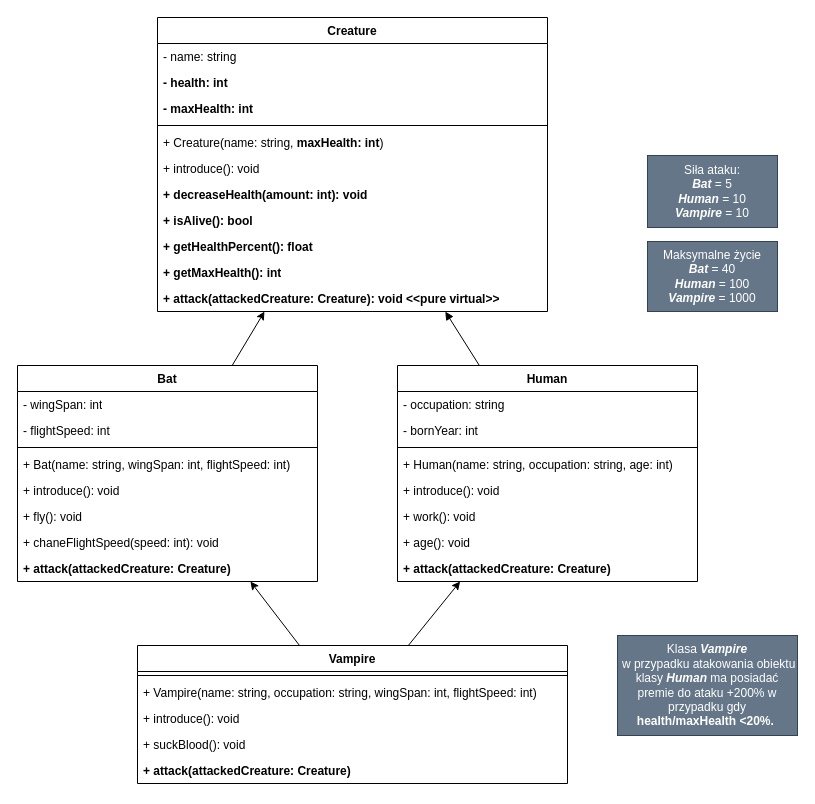
The draw.io diagram assets/vampireExtended.drawio in Kajkitsu/po, before the edit. Source tidied: cells renumbered, new cells numbered last; positions are measured from the earlier drawing's top-left corner, leaving out a move shared by most shapes. Both pictures are drawn from the tidied source at 100%, with x=0, y=0 at pixel (17, 17).
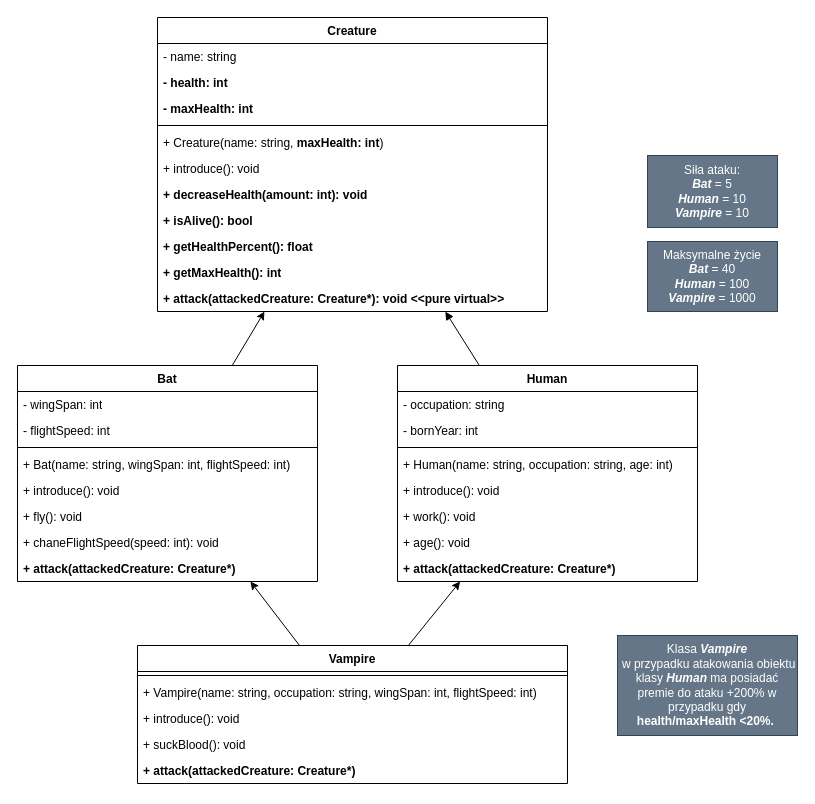
The same diagram, later.

The change refers to these unchanged cells:
```xml
<mxCell id="2" value="Creature" style="swimlane;fontStyle=1;align=center;verticalAlign=top;horizontal=1;startSize=26;whiteSpace=wrap;html=1;" parent="1" vertex="1">
  <mxGeometry x="140" width="390" height="294" as="geometry" />
</mxCell>
<mxCell id="15" value="Human" style="swimlane;fontStyle=1;align=center;verticalAlign=top;horizontal=1;startSize=26;whiteSpace=wrap;html=1;" parent="1" vertex="1">
  <mxGeometry x="380" y="348" width="300" height="216" as="geometry" />
</mxCell>
<mxCell id="25" value="Bat" style="swimlane;fontStyle=1;align=center;verticalAlign=top;horizontal=1;startSize=26;whiteSpace=wrap;html=1;" parent="1" vertex="1">
  <mxGeometry y="348" width="300" height="216" as="geometry" />
</mxCell>
<mxCell id="36" value="Vampire" style="swimlane;fontStyle=1;align=center;verticalAlign=top;horizontal=1;startSize=26;whiteSpace=wrap;html=1;" parent="1" vertex="1">
  <mxGeometry x="120" y="628" width="430" height="138" as="geometry" />
</mxCell>
```

The edit, as a diff of the source:
```diff
@@
-    <mxCell id="13" value="&lt;b&gt;+ attack(attackedCreature: Creature): void&amp;nbsp;&amp;lt;&amp;lt;pure virtual&amp;gt;&amp;gt;&lt;/b&gt;" style="text;strokeColor=none;fillColor=none;align=left;verticalAlign=top;spacingLeft=4;spacingRight=4;overflow=hidden;whiteSpace=wrap;html=1;" parent="2" vertex="1">
+    <mxCell id="13" value="&lt;b&gt;+ attack(attackedCreature: Creature*): void&amp;nbsp;&amp;lt;&amp;lt;pure virtual&amp;gt;&amp;gt;&lt;/b&gt;" style="text;strokeColor=none;fillColor=none;align=left;verticalAlign=top;spacingLeft=4;spacingRight=4;overflow=hidden;whiteSpace=wrap;html=1;" parent="2" vertex="1">
       <mxGeometry y="268" width="390" height="26" as="geometry" />
     </mxCell>
@@
-    <mxCell id="23" value="&lt;b&gt;+ attack(attackedCreature: Creature)&lt;/b&gt;" style="text;strokeColor=none;fillColor=none;align=left;verticalAlign=top;spacingLeft=4;spacingRight=4;overflow=hidden;whiteSpace=wrap;html=1;" parent="15" vertex="1">
+    <mxCell id="23" value="&lt;b&gt;+ attack(attackedCreature: Creature*)&lt;/b&gt;" style="text;strokeColor=none;fillColor=none;align=left;verticalAlign=top;spacingLeft=4;spacingRight=4;overflow=hidden;whiteSpace=wrap;html=1;" parent="15" vertex="1">
       <mxGeometry y="190" width="300" height="26" as="geometry" />
     </mxCell>
@@
-    <mxCell id="33" value="&lt;b&gt;+ attack(attackedCreature: Creature)&lt;/b&gt;" style="text;strokeColor=none;fillColor=none;align=left;verticalAlign=top;spacingLeft=4;spacingRight=4;overflow=hidden;whiteSpace=wrap;html=1;" parent="25" vertex="1">
+    <mxCell id="33" value="&lt;b&gt;+ attack(attackedCreature: Creature*)&lt;/b&gt;" style="text;strokeColor=none;fillColor=none;align=left;verticalAlign=top;spacingLeft=4;spacingRight=4;overflow=hidden;whiteSpace=wrap;html=1;" parent="25" vertex="1">
       <mxGeometry y="190" width="300" height="26" as="geometry" />
     </mxCell>
@@
-    <mxCell id="41" value="&lt;b&gt;+ attack(attackedCreature: Creature)&lt;/b&gt;" style="text;strokeColor=none;fillColor=none;align=left;verticalAlign=top;spacingLeft=4;spacingRight=4;overflow=hidden;whiteSpace=wrap;html=1;" parent="36" vertex="1">
+    <mxCell id="41" value="&lt;b&gt;+ attack(attackedCreature: Creature*)&lt;/b&gt;" style="text;strokeColor=none;fillColor=none;align=left;verticalAlign=top;spacingLeft=4;spacingRight=4;overflow=hidden;whiteSpace=wrap;html=1;" parent="36" vertex="1">
       <mxGeometry y="112" width="430" height="26" as="geometry" />
     </mxCell>
```
